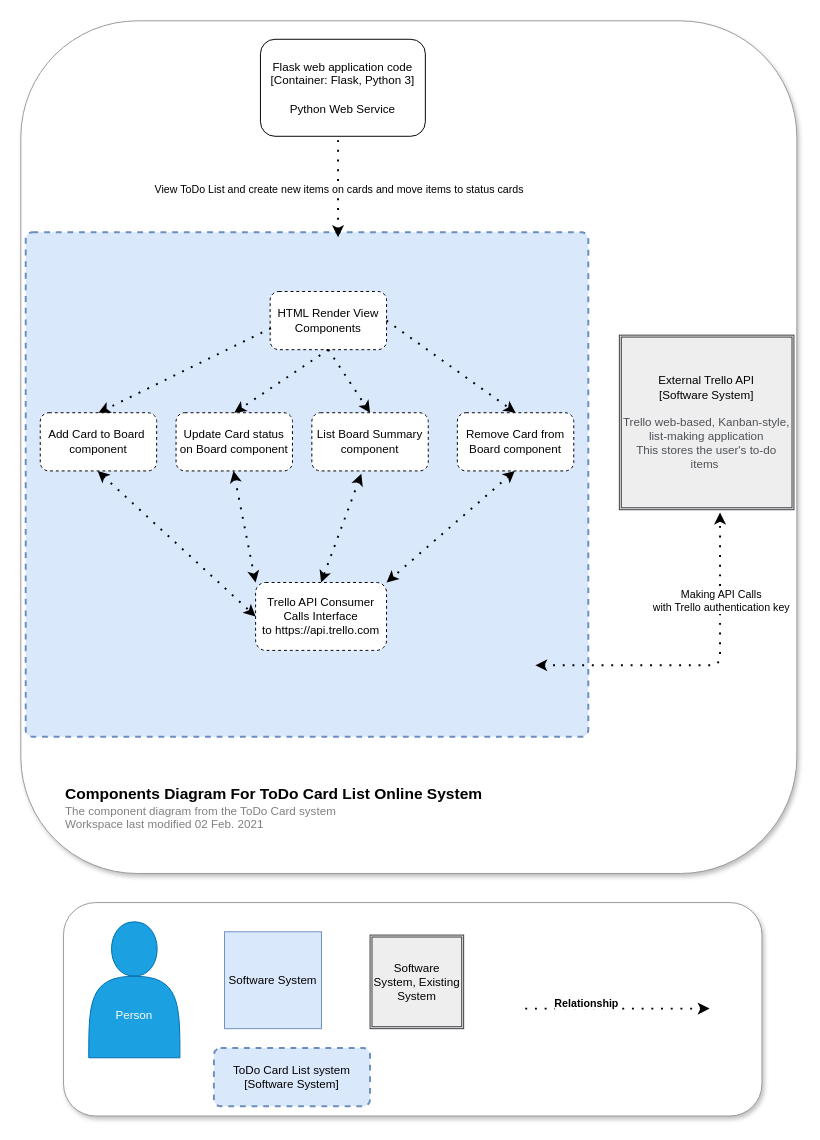
This is page "Components Diagram" (3 of 3) of documentation/ToDo_UML.drawio from LouisLon/DevOps-Course-Starter, a draw.io file, before an edit. Source tidied: cells renumbered, new cells numbered last; positions are measured from the earlier drawing's top-left corner, leaving out a move shared by most shapes. Both pictures are drawn from the tidied source at 97%, with x=0, y=0 at pixel (20, 20).
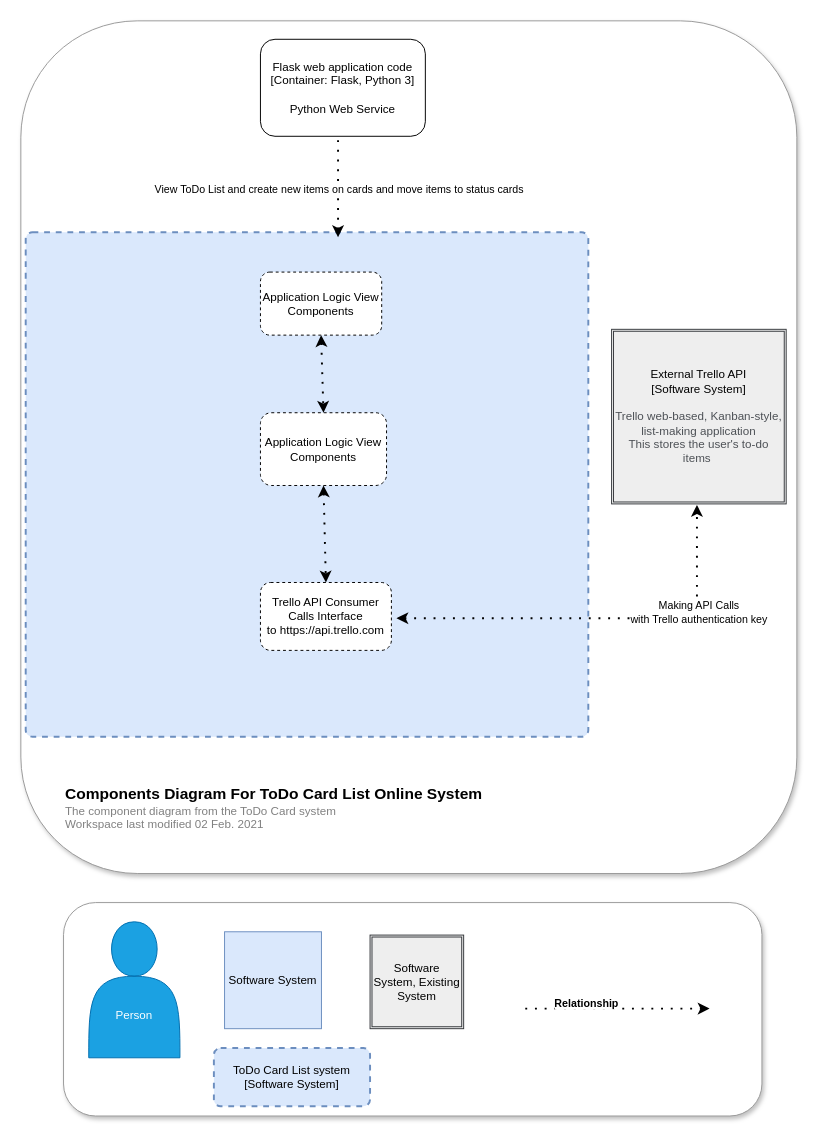
After the change.

The change refers to these unchanged cells:
```xml
<mxCell id="3" style="rounded=1;whiteSpace=wrap;html=1;absoluteArcSize=1;arcSize=14;strokeWidth=2;align=center;dashed=1;fillColor=#dae8fc;strokeColor=#6c8ebf;" parent="1" vertex="1">
  <mxGeometry x="5" y="218" width="580" height="520" as="geometry" />
</mxCell>
```

Change to the diagram source:
```diff
@@
     <mxCell id="4" value="External Trello API&lt;br&gt;[Software System]&lt;br&gt;&lt;br&gt;&lt;span style=&quot;color: rgb(77 , 81 , 86) ; text-align: left&quot;&gt;&lt;font style=&quot;font-size: 12px&quot;&gt;Trello web-based, Kanban-style, list-making application&lt;br&gt;&lt;/font&gt;&lt;/span&gt;&lt;span style=&quot;color: rgb(77 , 81 , 86) ; text-align: left&quot;&gt;&lt;font style=&quot;font-size: 12px&quot;&gt;This stores the user's to-do items&amp;nbsp;&lt;/font&gt;&lt;/span&gt;" style="shape=ext;double=1;whiteSpace=wrap;html=1;fillColor=#eeeeee;strokeColor=#36393d;" parent="1" vertex="1">
-      <mxGeometry x="617" y="324" width="180" height="180" as="geometry" />
+      <mxGeometry x="609" y="318" width="180" height="180" as="geometry" />
     </mxCell>
@@
-    <mxCell id="6" style="endArrow=classic;html=1;dashed=1;dashPattern=1 4;strokeWidth=2;startArrow=classic;startFill=1;edgeStyle=orthogonalEdgeStyle;entryX=0.449;entryY=1.016;entryDx=0;entryDy=0;entryPerimeter=0;exitX=1.032;exitY=0.404;exitDx=0;exitDy=0;exitPerimeter=0;" parent="1" edge="1">
+    <mxCell id="6" style="endArrow=classic;html=1;dashed=1;dashPattern=1 4;strokeWidth=2;startArrow=classic;startFill=1;edgeStyle=orthogonalEdgeStyle;exitX=0.659;exitY=0.765;exitDx=0;exitDy=0;exitPerimeter=0;" parent="1" edge="1" source="3">
       <mxGeometry relative="1" as="geometry">
-        <mxPoint x="530.4" y="664.4" as="sourcePoint" />
-        <mxPoint x="720.8" y="506.9" as="targetPoint" />
+        <mxPoint x="697" y="499" as="targetPoint" />
         <Array as="points">
-          <mxPoint x="721" y="664" />
+          <mxPoint x="697" y="616" />
         </Array>
       </mxGeometry>
     </mxCell>
@@
     <mxCell id="18" value="Trello API Consumer&lt;br&gt;Calls Interface to&amp;nbsp;https://api.trello.com" style="rounded=1;whiteSpace=wrap;html=1;dashed=1;align=center;" parent="1" vertex="1">
-      <mxGeometry x="242" y="579" width="135" height="70" as="geometry" />
+      <mxGeometry x="247" y="579" width="135" height="70" as="geometry" />
     </mxCell>
-    <mxCell id="19" value="Remove Card from Board component" style="rounded=1;whiteSpace=wrap;html=1;dashed=1;align=center;" parent="1" vertex="1">
-      <mxGeometry x="450" y="404" width="120" height="60" as="geometry" />
-    </mxCell>
-    <mxCell id="20" value="List Board Summary component" style="rounded=1;whiteSpace=wrap;html=1;dashed=1;align=center;" parent="1" vertex="1">
-      <mxGeometry x="300" y="404" width="120" height="60" as="geometry" />
+    <mxCell id="20" value="Application Logic View Components" style="rounded=1;whiteSpace=wrap;html=1;dashed=1;align=center;" parent="1" vertex="1">
+      <mxGeometry x="247" y="404" width="130" height="75" as="geometry" />
     </mxCell>
-    <mxCell id="21" value="Update Card status on Board component" style="rounded=1;whiteSpace=wrap;html=1;dashed=1;align=center;" parent="1" vertex="1">
-      <mxGeometry x="160" y="404" width="120" height="60" as="geometry" />
-    </mxCell>
-    <mxCell id="22" value="Add Card to Board&amp;nbsp; component" style="rounded=1;whiteSpace=wrap;html=1;dashed=1;align=center;" parent="1" vertex="1">
-      <mxGeometry x="20" y="404" width="120" height="60" as="geometry" />
-    </mxCell>
-    <mxCell id="23" value="HTML Render View Components" style="rounded=1;whiteSpace=wrap;html=1;dashed=1;align=center;" parent="1" vertex="1">
-      <mxGeometry x="257" y="279" width="120" height="60" as="geometry" />
+    <mxCell id="23" value="Application Logic View Components" style="rounded=1;whiteSpace=wrap;html=1;dashed=1;align=center;" parent="1" vertex="1">
+      <mxGeometry x="247" y="259" width="125" height="65" as="geometry" />
     </mxCell>
-    <mxCell id="24" style="endArrow=classic;html=1;dashed=1;dashPattern=1 4;strokeWidth=2;entryX=0.5;entryY=0;entryDx=0;entryDy=0;exitX=0.5;exitY=1;exitDx=0;exitDy=0;" parent="1" edge="1" source="23" target="20">
+    <mxCell id="24" style="endArrow=classic;html=1;dashed=1;dashPattern=1 4;strokeWidth=2;entryX=0.5;entryY=0;entryDx=0;entryDy=0;exitX=0.5;exitY=1;exitDx=0;exitDy=0;startArrow=classic;startFill=1;" parent="1" edge="1" source="23" target="20">
       <mxGeometry relative="1" as="geometry" />
     </mxCell>
-    <mxCell id="25" style="endArrow=classic;html=1;dashed=1;dashPattern=1 4;strokeWidth=2;entryX=0.5;entryY=0;entryDx=0;entryDy=0;exitX=0.007;exitY=0.63;exitDx=0;exitDy=0;exitPerimeter=0;" parent="1" edge="1" source="23" target="22">
-      <mxGeometry relative="1" as="geometry" />
-    </mxCell>
-    <mxCell id="26" style="endArrow=classic;html=1;dashed=1;dashPattern=1 4;strokeWidth=2;entryX=0.5;entryY=0;entryDx=0;entryDy=0;exitX=1;exitY=0.5;exitDx=0;exitDy=0;" parent="1" edge="1" source="23" target="19">
-      <mxGeometry relative="1" as="geometry" />
-    </mxCell>
-    <mxCell id="27" style="endArrow=classic;html=1;dashed=1;dashPattern=1 4;strokeWidth=2;entryX=0.5;entryY=0;entryDx=0;entryDy=0;startArrow=classic;startFill=1;exitX=0.425;exitY=1.05;exitDx=0;exitDy=0;exitPerimeter=0;" parent="1" edge="1" source="20" target="18">
+    <mxCell id="27" style="endArrow=classic;html=1;dashed=1;dashPattern=1 4;strokeWidth=2;entryX=0.5;entryY=0;entryDx=0;entryDy=0;startArrow=classic;startFill=1;exitX=0.5;exitY=1;exitDx=0;exitDy=0;" parent="1" edge="1" source="20" target="18">
       <mxGeometry relative="1" as="geometry" />
     </mxCell>
-    <mxCell id="28" style="endArrow=classic;html=1;dashed=1;dashPattern=1 4;strokeWidth=2;entryX=0.5;entryY=0;entryDx=0;entryDy=0;exitX=0.5;exitY=1;exitDx=0;exitDy=0;" parent="1" edge="1" source="23" target="21">
-      <mxGeometry relative="1" as="geometry" />
-    </mxCell>
-    <mxCell id="29" style="endArrow=classic;html=1;dashed=1;dashPattern=1 4;strokeWidth=2;entryX=0;entryY=0.5;entryDx=0;entryDy=0;startArrow=classic;startFill=1;exitX=0.425;exitY=1.05;exitDx=0;exitDy=0;exitPerimeter=0;" parent="1" edge="1" target="18">
-      <mxGeometry relative="1" as="geometry">
-        <mxPoint x="79.2" y="464" as="sourcePoint" />
-      </mxGeometry>
-    </mxCell>
-    <mxCell id="30" style="endArrow=classic;html=1;dashed=1;dashPattern=1 4;strokeWidth=2;entryX=0;entryY=0;entryDx=0;entryDy=0;startArrow=classic;startFill=1;exitX=0.425;exitY=1.05;exitDx=0;exitDy=0;exitPerimeter=0;" parent="1" edge="1" target="18">
-      <mxGeometry relative="1" as="geometry">
-        <mxPoint x="219.2" y="464" as="sourcePoint" />
-      </mxGeometry>
-    </mxCell>
-    <mxCell id="31" style="endArrow=classic;html=1;dashed=1;dashPattern=1 4;strokeWidth=2;startArrow=classic;startFill=1;exitX=0.425;exitY=1.05;exitDx=0;exitDy=0;exitPerimeter=0;entryX=1;entryY=0;entryDx=0;entryDy=0;" parent="1" edge="1" target="18">
-      <mxGeometry relative="1" as="geometry">
-        <mxPoint x="509.2" y="464" as="sourcePoint" />
-      </mxGeometry>
-    </mxCell>
```
